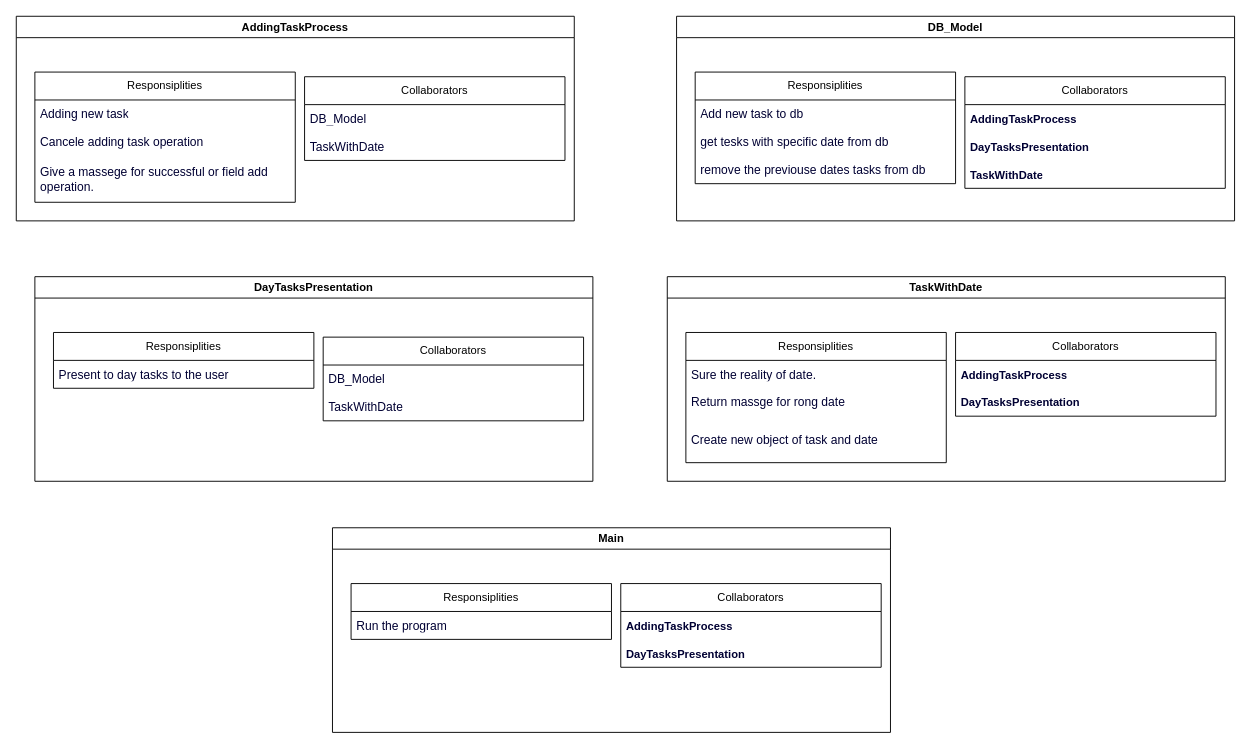
Before: CRC.drawio in Ahmed101Mohammed/dates-remainder, a draw.io diagram. Source tidied: cells renumbered, new cells numbered last; positions are measured from the earlier drawing's top-left corner, leaving out a move shared by most shapes. Both pictures are drawn from the tidied source at 93%, with x=0, y=0 at pixel (16, 16).
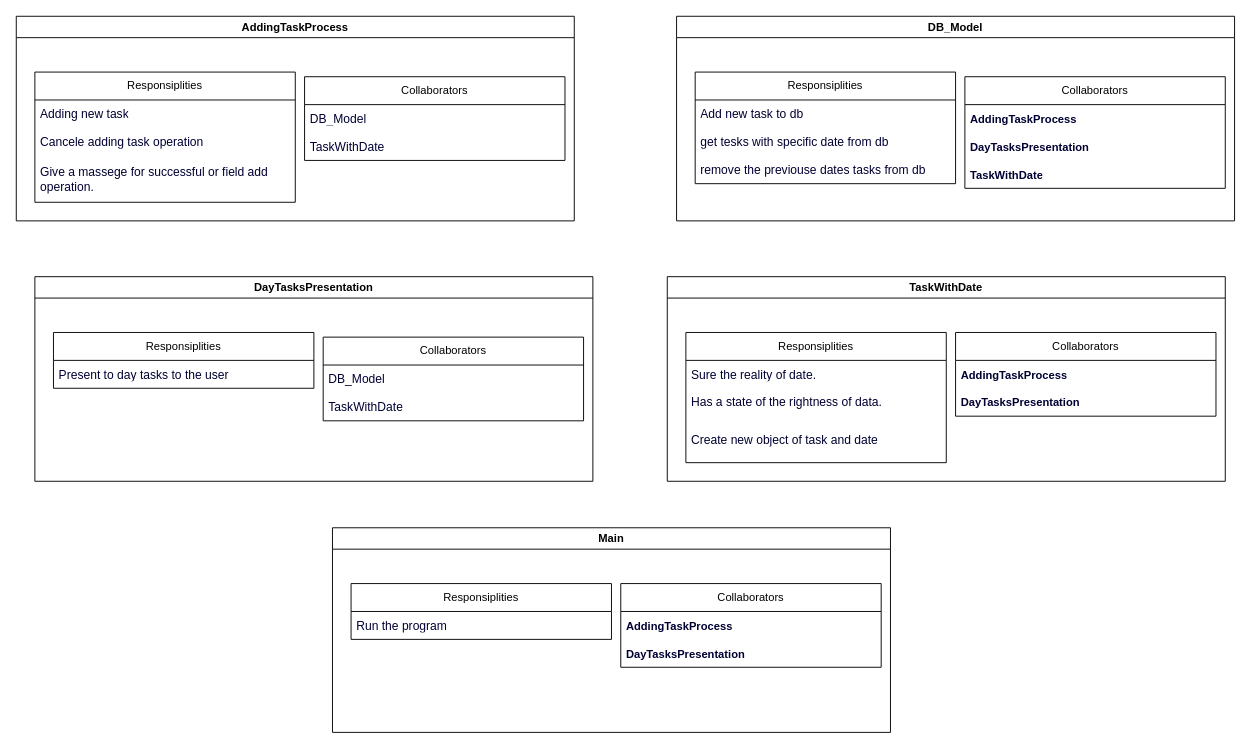
After the change.

Commit message:
Change the second responsiplity of TaskWithDate class.

Unchanged cells that the change refers to:
```xml
<mxCell id="26" value="Responsiplities" style="swimlane;fontStyle=0;horizontal=1;startSize=30;whiteSpace=wrap;html=1;" parent="25" vertex="1">
  <mxGeometry x="20" y="60" width="280" height="140" as="geometry" />
</mxCell>
```

What changed in the source:
```diff
@@
-    <mxCell id="28" value="Return massge for rong date&amp;nbsp;" style="text;strokeColor=none;fillColor=none;align=left;verticalAlign=middle;spacingLeft=4;spacingRight=4;overflow=hidden;whiteSpace=wrap;html=1;fontColor=#000033;fontSize=13;" parent="26" vertex="1">
+    <mxCell id="28" value="Has a state of the rightness of data." style="text;strokeColor=none;fillColor=none;align=left;verticalAlign=middle;spacingLeft=4;spacingRight=4;overflow=hidden;whiteSpace=wrap;html=1;fontColor=#000033;fontSize=13;" parent="26" vertex="1">
       <mxGeometry y="60" width="280" height="30" as="geometry" />
     </mxCell>
```
